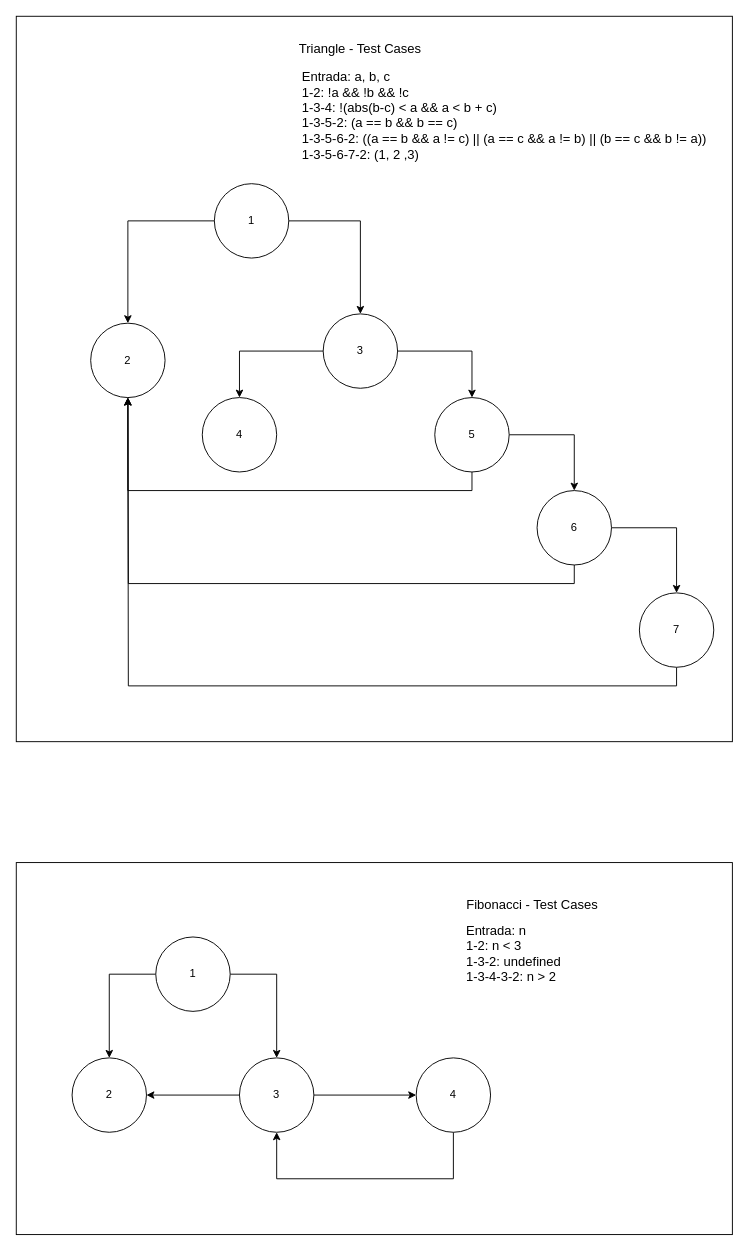
Earlier version of the draw.io diagram page "triangle" (1 of 2) of Test Cases - Triangle & Fibonacci.drawio (hyuko21/software-testing). Source tidied: cells renumbered, new cells numbered last; positions are measured from the earlier drawing's top-left corner, leaving out a move shared by most shapes. Both pictures are drawn from the tidied source at 93%, with x=0, y=0 at pixel (16, 16).
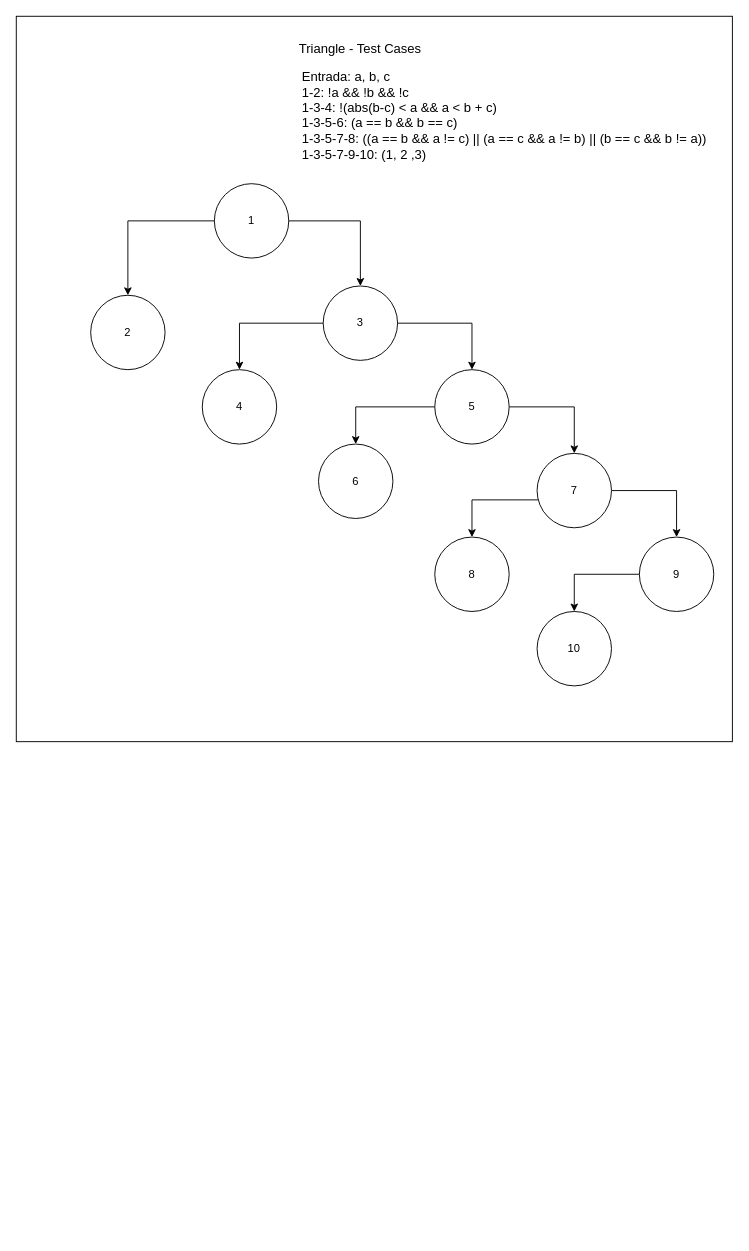
After the change.

What changed in the source:
```diff
@@
-    <mxCell id="2" style="rounded=0;whiteSpace=wrap;html=1;" parent="1" vertex="1">
-      <mxGeometry y="910" width="770" height="400" as="geometry" />
-    </mxCell>
-    <mxCell id="3" value="&lt;div style=&quot;font-size: 14px&quot;&gt;&lt;font style=&quot;font-size: 14px&quot;&gt;Fibonacci - Test Cases&lt;br&gt;&lt;/font&gt;&lt;/div&gt;" style="text;html=1;strokeColor=none;fillColor=none;align=center;verticalAlign=middle;whiteSpace=wrap;rounded=0;" parent="1" vertex="1">
-      <mxGeometry x="480" y="940" width="150" height="30" as="geometry" />
-    </mxCell>
@@
+    <mxCell id="9" style="edgeStyle=orthogonalEdgeStyle;rounded=0;jettySize=auto;html=1;" parent="1" edge="1" source="10" target="13">
+      <mxGeometry relative="1" as="geometry" />
+    </mxCell>
-    <mxCell id="8" style="edgeStyle=orthogonalEdgeStyle;rounded=0;jettySize=auto;html=1;" parent="1" edge="1" source="10" target="19">
+    <mxCell id="8" style="edgeStyle=orthogonalEdgeStyle;rounded=0;jettySize=auto;html=1;exitX=0;exitY=0.5;exitDx=0;exitDy=0;entryX=0.5;entryY=0;entryDx=0;entryDy=0;" parent="1" edge="1" source="10" target="19">
       <mxGeometry relative="1" as="geometry" />
     </mxCell>
-    <mxCell id="9" style="edgeStyle=orthogonalEdgeStyle;rounded=0;jettySize=auto;html=1;" parent="1" edge="1" source="10" target="13">
-      <mxGeometry relative="1" as="geometry" />
-    </mxCell>
     <mxCell id="10" value="3" style="ellipse;whiteSpace=wrap;html=1;" parent="1" vertex="1">
-      <mxGeometry x="330" y="320" width="80" height="80" as="geometry" />
+      <mxGeometry x="330" y="290" width="80" height="80" as="geometry" />
     </mxCell>
@@
-    <mxCell id="12" style="edgeStyle=orthogonalEdgeStyle;rounded=0;jettySize=auto;html=1;exitX=0.5;exitY=1;exitDx=0;exitDy=0;entryX=0.5;entryY=1;entryDx=0;entryDy=0;" parent="1" edge="1" source="13" target="20">
-      <mxGeometry relative="1" as="geometry" />
-    </mxCell>
+    <mxCell id="33" style="edgeStyle=orthogonalEdgeStyle;rounded=0;jettySize=auto;html=1;" parent="1" edge="1" source="13" target="34">
+      <mxGeometry relative="1" as="geometry">
+        <Array as="points">
+          <mxPoint x="365" y="420" />
+        </Array>
+      </mxGeometry>
+    </mxCell>
     <mxCell id="13" value="5" style="ellipse;whiteSpace=wrap;html=1;" parent="1" vertex="1">
-      <mxGeometry x="450" y="410" width="80" height="80" as="geometry" />
+      <mxGeometry x="450" y="380" width="80" height="80" as="geometry" />
     </mxCell>
-    <mxCell id="14" style="edgeStyle=orthogonalEdgeStyle;rounded=0;jettySize=auto;html=1;exitX=0.5;exitY=1;exitDx=0;exitDy=0;" parent="1" edge="1" source="16">
-      <mxGeometry relative="1" as="geometry">
-        <mxPoint x="120" y="410" as="targetPoint" />
-      </mxGeometry>
-    </mxCell>
+    <mxCell id="34" value="6" style="ellipse;whiteSpace=wrap;html=1;" parent="1" vertex="1">
+      <mxGeometry x="325" y="460" width="80" height="80" as="geometry" />
+    </mxCell>
@@
+    <mxCell id="35" style="edgeStyle=orthogonalEdgeStyle;rounded=0;jettySize=auto;html=1;" parent="1" edge="1" source="16" target="36">
+      <mxGeometry relative="1" as="geometry">
+        <Array as="points">
+          <mxPoint x="490" y="520" />
+        </Array>
+      </mxGeometry>
+    </mxCell>
-    <mxCell id="16" value="6" style="ellipse;whiteSpace=wrap;html=1;" parent="1" vertex="1">
-      <mxGeometry x="560" y="510" width="80" height="80" as="geometry" />
+    <mxCell id="16" value="7" style="ellipse;whiteSpace=wrap;html=1;" parent="1" vertex="1">
+      <mxGeometry x="560" y="470" width="80" height="80" as="geometry" />
     </mxCell>
-    <mxCell id="17" style="edgeStyle=orthogonalEdgeStyle;rounded=0;jettySize=auto;html=1;exitX=0.5;exitY=1;exitDx=0;exitDy=0;" parent="1" edge="1" source="18">
-      <mxGeometry relative="1" as="geometry">
-        <mxPoint x="120" y="410" as="targetPoint" />
-      </mxGeometry>
-    </mxCell>
+    <mxCell id="36" value="8" style="ellipse;whiteSpace=wrap;html=1;" parent="1" vertex="1">
+      <mxGeometry x="450" y="560" width="80" height="80" as="geometry" />
+    </mxCell>
+    <mxCell id="37" style="edgeStyle=orthogonalEdgeStyle;rounded=0;jettySize=auto;html=1;" parent="1" edge="1" source="18" target="38">
+      <mxGeometry relative="1" as="geometry">
+        <Array as="points">
+          <mxPoint x="600" y="600" />
+        </Array>
+      </mxGeometry>
+    </mxCell>
-    <mxCell id="18" value="7" style="ellipse;whiteSpace=wrap;html=1;" parent="1" vertex="1">
-      <mxGeometry x="670" y="620" width="80" height="80" as="geometry" />
+    <mxCell id="18" value="9" style="ellipse;whiteSpace=wrap;html=1;" parent="1" vertex="1">
+      <mxGeometry x="670" y="560" width="80" height="80" as="geometry" />
     </mxCell>
+    <mxCell id="38" value="10" style="ellipse;whiteSpace=wrap;html=1;" parent="1" vertex="1">
+      <mxGeometry x="560" y="640" width="80" height="80" as="geometry" />
+    </mxCell>
     <mxCell id="19" value="4" style="ellipse;whiteSpace=wrap;html=1;" parent="1" vertex="1">
-      <mxGeometry x="200" y="410" width="80" height="80" as="geometry" />
+      <mxGeometry x="200" y="380" width="80" height="80" as="geometry" />
     </mxCell>
     <mxCell id="20" value="2" style="ellipse;whiteSpace=wrap;html=1;" parent="1" vertex="1">
-      <mxGeometry x="80" y="330" width="80" height="80" as="geometry" />
+      <mxGeometry x="80" y="300" width="80" height="80" as="geometry" />
     </mxCell>
-    <mxCell id="21" style="edgeStyle=orthogonalEdgeStyle;rounded=0;jettySize=auto;html=1;" parent="1" edge="1" source="23" target="29">
-      <mxGeometry relative="1" as="geometry" />
-    </mxCell>
-    <mxCell id="22" style="edgeStyle=orthogonalEdgeStyle;rounded=0;jettySize=auto;html=1;" parent="1" edge="1" source="23" target="26">
-      <mxGeometry relative="1" as="geometry" />
-    </mxCell>
-    <mxCell id="23" value="1" style="ellipse;whiteSpace=wrap;html=1;" parent="1" vertex="1">
-      <mxGeometry x="150" y="990" width="80" height="80" as="geometry" />
-    </mxCell>
-    <mxCell id="24" style="edgeStyle=orthogonalEdgeStyle;rounded=0;jettySize=auto;html=1;" parent="1" edge="1" source="26" target="28">
-      <mxGeometry relative="1" as="geometry" />
-    </mxCell>
-    <mxCell id="25" style="edgeStyle=orthogonalEdgeStyle;rounded=0;jettySize=auto;html=1;exitX=0;exitY=0.5;exitDx=0;exitDy=0;entryX=1;entryY=0.5;entryDx=0;entryDy=0;" parent="1" edge="1" source="26" target="29">
-      <mxGeometry relative="1" as="geometry" />
-    </mxCell>
-    <mxCell id="26" value="3" style="ellipse;whiteSpace=wrap;html=1;" parent="1" vertex="1">
-      <mxGeometry x="240" y="1120" width="80" height="80" as="geometry" />
-    </mxCell>
-    <mxCell id="27" style="edgeStyle=orthogonalEdgeStyle;rounded=0;jettySize=auto;html=1;exitX=0.5;exitY=1;exitDx=0;exitDy=0;entryX=0.5;entryY=1;entryDx=0;entryDy=0;" parent="1" edge="1" source="28" target="26">
-      <mxGeometry relative="1" as="geometry">
-        <Array as="points">
-          <mxPoint x="470" y="1250" />
-          <mxPoint x="280" y="1250" />
-        </Array>
-      </mxGeometry>
-    </mxCell>
-    <mxCell id="28" value="4" style="ellipse;whiteSpace=wrap;html=1;" parent="1" vertex="1">
-      <mxGeometry x="430" y="1120" width="80" height="80" as="geometry" />
-    </mxCell>
-    <mxCell id="29" value="2" style="ellipse;whiteSpace=wrap;html=1;" parent="1" vertex="1">
-      <mxGeometry x="60" y="1120" width="80" height="80" as="geometry" />
-    </mxCell>
@@
-    <mxCell id="31" value="&lt;div style=&quot;font-size: 14px&quot; align=&quot;left&quot;&gt;&lt;font style=&quot;font-size: 14px&quot;&gt;Entrada: a, b, c&lt;br&gt;&lt;/font&gt;&lt;/div&gt;&lt;div style=&quot;font-size: 14px&quot; align=&quot;left&quot;&gt;&lt;font style=&quot;font-size: 14px&quot;&gt;1-2: !a &amp;amp;&amp;amp; !b &amp;amp;&amp;amp; !c&lt;/font&gt;&lt;/div&gt;&lt;div style=&quot;font-size: 14px&quot; align=&quot;left&quot;&gt;&lt;font style=&quot;font-size: 14px&quot;&gt;1-3-4: !(abs(b-c) &amp;lt; a &amp;amp;&amp;amp; a &amp;lt; b + c)&lt;br&gt;&lt;/font&gt;&lt;/div&gt;&lt;div style=&quot;font-size: 14px&quot; align=&quot;left&quot;&gt;&lt;font style=&quot;font-size: 14px&quot;&gt;1-3-5-2: (a == b &amp;amp;&amp;amp; b == c)&lt;br&gt;&lt;/font&gt;&lt;/div&gt;&lt;div style=&quot;font-size: 14px&quot; align=&quot;left&quot;&gt;&lt;font style=&quot;font-size: 14px&quot;&gt;1-3-5-6-2: ((a == b &amp;amp;&amp;amp; a != c) || (a == c &amp;amp;&amp;amp; a != b) || (b == c &amp;amp;&amp;amp; b != a))&lt;br&gt;&lt;/font&gt;&lt;/div&gt;&lt;div style=&quot;font-size: 14px&quot; align=&quot;left&quot;&gt;&lt;font style=&quot;font-size: 14px&quot;&gt;1-3-5-6-7-2: (1, 2 ,3)&lt;br&gt;&lt;/font&gt;&lt;/div&gt;&lt;div style=&quot;font-size: 14px&quot; align=&quot;left&quot;&gt;&lt;font style=&quot;font-size: 14px&quot;&gt;&lt;br&gt;&lt;/font&gt;&lt;/div&gt;" style="text;html=1;strokeColor=none;fillColor=none;align=center;verticalAlign=middle;whiteSpace=wrap;rounded=0;" parent="1" vertex="1">
+    <mxCell id="31" value="&lt;div style=&quot;font-size: 14px&quot; align=&quot;left&quot;&gt;&lt;font style=&quot;font-size: 14px&quot;&gt;Entrada: a, b, c&lt;br&gt;&lt;/font&gt;&lt;/div&gt;&lt;div style=&quot;font-size: 14px&quot; align=&quot;left&quot;&gt;&lt;font style=&quot;font-size: 14px&quot;&gt;1-2: !a &amp;amp;&amp;amp; !b &amp;amp;&amp;amp; !c&lt;/font&gt;&lt;/div&gt;&lt;div style=&quot;font-size: 14px&quot; align=&quot;left&quot;&gt;&lt;font style=&quot;font-size: 14px&quot;&gt;1-3-4: !(abs(b-c) &amp;lt; a &amp;amp;&amp;amp; a &amp;lt; b + c)&lt;br&gt;&lt;/font&gt;&lt;/div&gt;&lt;div style=&quot;font-size: 14px&quot; align=&quot;left&quot;&gt;&lt;font style=&quot;font-size: 14px&quot;&gt;1-3-5-6: (a == b &amp;amp;&amp;amp; b == c)&lt;br&gt;&lt;/font&gt;&lt;/div&gt;&lt;div style=&quot;font-size: 14px&quot; align=&quot;left&quot;&gt;&lt;font style=&quot;font-size: 14px&quot;&gt;1-3-5-7-8: ((a == b &amp;amp;&amp;amp; a != c) || (a == c &amp;amp;&amp;amp; a != b) || (b == c &amp;amp;&amp;amp; b != a))&lt;br&gt;&lt;/font&gt;&lt;/div&gt;&lt;div style=&quot;font-size: 14px&quot; align=&quot;left&quot;&gt;&lt;font style=&quot;font-size: 14px&quot;&gt;1-3-5-7-9-10: (1, 2 ,3)&lt;br&gt;&lt;/font&gt;&lt;/div&gt;&lt;div style=&quot;font-size: 14px&quot; align=&quot;left&quot;&gt;&lt;font style=&quot;font-size: 14px&quot;&gt;&lt;br&gt;&lt;/font&gt;&lt;/div&gt;" style="text;html=1;strokeColor=none;fillColor=none;align=center;verticalAlign=middle;whiteSpace=wrap;rounded=0;" parent="1" vertex="1">
       <mxGeometry x="300" y="50" width="450" height="130" as="geometry" />
     </mxCell>
-    <mxCell id="32" value="&lt;div style=&quot;font-size: 14px&quot; align=&quot;left&quot;&gt;&lt;font style=&quot;font-size: 14px&quot;&gt;&lt;font style=&quot;font-size: 14px&quot;&gt;Entrada&lt;/font&gt;: n&lt;/font&gt;&lt;/div&gt;&lt;div style=&quot;font-size: 14px&quot; align=&quot;left&quot;&gt;&lt;font style=&quot;font-size: 14px&quot;&gt;1-2: n &amp;lt; 3&lt;/font&gt;&lt;/div&gt;&lt;div style=&quot;font-size: 14px&quot; align=&quot;left&quot;&gt;&lt;font style=&quot;font-size: 14px&quot;&gt;1-3-2: undefined&lt;/font&gt;&lt;/div&gt;&lt;div style=&quot;font-size: 14px&quot; align=&quot;left&quot;&gt;&lt;font style=&quot;font-size: 14px&quot;&gt;1-3-4-3-2: n &amp;gt; 2&lt;br&gt;&lt;/font&gt;&lt;/div&gt;" style="text;html=1;strokeColor=none;fillColor=none;align=center;verticalAlign=middle;whiteSpace=wrap;rounded=0;" parent="1" vertex="1">
-      <mxGeometry x="440" y="970" width="190" height="75" as="geometry" />
-    </mxCell>
```
